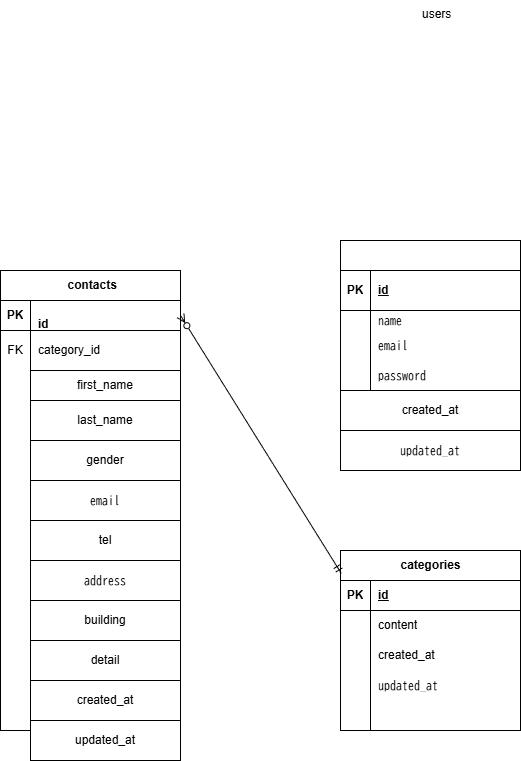
Above: ER.drawio.png in 1204tsutomu/arai-kadai1 (draw.io), before the change. Source tidied: cells renumbered, new cells last; positions are measured from the earlier drawing's top-left corner, leaving out a move shared by most shapes.
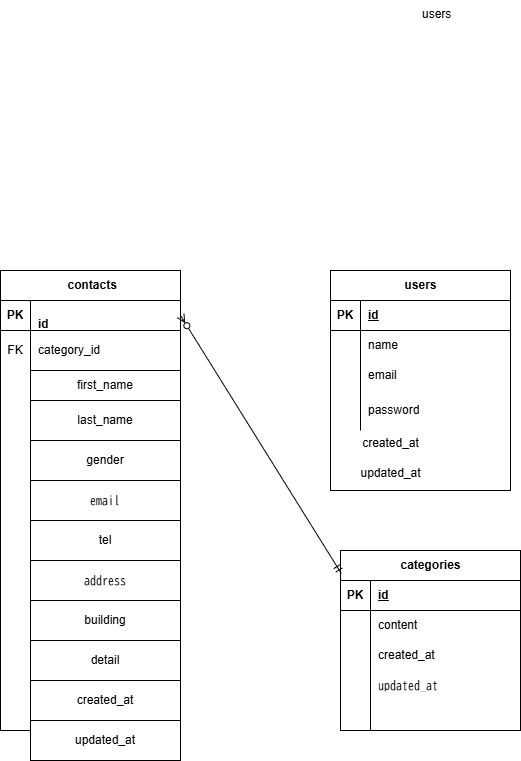
Above is the later version.

Commit message:
fix: ER図のアンダースコア統一とはみ出し修正

Change to the diagram source:
```diff
@@ -2,45 +2,6 @@
   <root>
     <mxCell id="0" />
     <mxCell id="1" parent="0" />
-    <mxCell id="2" style="shape=table;startSize=30;rowLines=0;fontStyle=1;align=center;html=1;" parent="1" vertex="1">
-      <mxGeometry x="340" y="240" width="180" height="150" as="geometry" />
-    </mxCell>
-    <mxCell id="3" style="shape=tableRow;horizontal=0;startSize=0;swimlaneHead=0;swimlaneBody=0;fillColor=none;top=0;left=0;right=0;bottom=1;" parent="2" vertex="1">
-      <mxGeometry y="30" width="180" height="40" as="geometry" />
-    </mxCell>
-    <mxCell id="4" value="PK" style="shape=partialRectangle;fillColor=none;top=0;left=0;bottom=0;right=0;fontStyle=1;overflow=hidden;whiteSpace=wrap;html=1;" parent="3" vertex="1">
-      <mxGeometry width="30" height="40" as="geometry" />
-    </mxCell>
-    <mxCell id="5" value="id" style="shape=partialRectangle;fillColor=none;top=0;left=0;bottom=0;right=0;align=left;spacingLeft=6;fontStyle=5;overflow=hidden;whiteSpace=wrap;html=1;" parent="3" vertex="1">
-      <mxGeometry x="30" width="150" height="40" as="geometry" />
-    </mxCell>
-    <mxCell id="6" style="shape=tableRow;horizontal=0;startSize=0;swimlaneHead=0;swimlaneBody=0;fillColor=none;top=0;left=0;right=0;bottom=0;" parent="2" vertex="1">
-      <mxGeometry y="70" width="180" height="20" as="geometry" />
-    </mxCell>
-    <mxCell id="7" style="shape=partialRectangle;fillColor=none;top=0;left=0;bottom=0;right=0;overflow=hidden;whiteSpace=wrap;html=1;" parent="6" vertex="1">
-      <mxGeometry width="30" height="20" as="geometry" />
-    </mxCell>
-    <mxCell id="8" value="&lt;code&gt;name&lt;/code&gt;" style="shape=partialRectangle;fillColor=none;top=0;left=0;bottom=0;right=0;align=left;spacingLeft=6;overflow=hidden;whiteSpace=wrap;html=1;" parent="6" vertex="1">
-      <mxGeometry x="30" width="150" height="20" as="geometry" />
-    </mxCell>
-    <mxCell id="9" style="shape=tableRow;horizontal=0;startSize=0;swimlaneHead=0;swimlaneBody=0;fillColor=none;top=0;left=0;right=0;bottom=0;" parent="2" vertex="1">
-      <mxGeometry y="90" width="180" height="30" as="geometry" />
-    </mxCell>
-    <mxCell id="10" style="shape=partialRectangle;fillColor=none;top=0;left=0;bottom=0;right=0;overflow=hidden;whiteSpace=wrap;html=1;" parent="9" vertex="1">
-      <mxGeometry width="30" height="30" as="geometry" />
-    </mxCell>
-    <mxCell id="11" value="&lt;code&gt;email&lt;/code&gt;" style="shape=partialRectangle;fillColor=none;top=0;left=0;bottom=0;right=0;align=left;spacingLeft=6;overflow=hidden;whiteSpace=wrap;html=1;" parent="9" vertex="1">
-      <mxGeometry x="30" width="150" height="30" as="geometry" />
-    </mxCell>
-    <mxCell id="12" style="shape=tableRow;horizontal=0;startSize=0;swimlaneHead=0;swimlaneBody=0;fillColor=none;top=0;left=0;right=0;bottom=0;" parent="2" vertex="1">
-      <mxGeometry y="120" width="180" height="30" as="geometry" />
-    </mxCell>
-    <mxCell id="13" style="shape=partialRectangle;fillColor=none;top=0;left=0;bottom=0;right=0;overflow=hidden;whiteSpace=wrap;html=1;" parent="12" vertex="1">
-      <mxGeometry width="30" height="30" as="geometry" />
-    </mxCell>
-    <mxCell id="14" value="&lt;code&gt;password&lt;/code&gt;" style="shape=partialRectangle;fillColor=none;top=0;left=0;bottom=0;right=0;align=left;spacingLeft=6;overflow=hidden;whiteSpace=wrap;html=1;" parent="12" vertex="1">
-      <mxGeometry x="30" width="150" height="30" as="geometry" />
-    </mxCell>
     <mxCell id="15" value="&amp;nbsp;contacts" style="shape=table;startSize=30;rowLines=0;fontStyle=1;align=center;html=1;" parent="1" vertex="1">
       <mxGeometry y="270" width="180" height="460" as="geometry" />
     </mxCell>
@@ -113,12 +74,6 @@
     <mxCell id="38" value="users" style="text;whiteSpace=wrap;html=1;" parent="1" vertex="1">
       <mxGeometry x="420" width="60" height="40" as="geometry" />
     </mxCell>
-    <mxCell id="39" value="created_at" style="whiteSpace=wrap;html=1;align=center;" parent="1" vertex="1">
-      <mxGeometry x="340" y="390" width="180" height="40" as="geometry" />
-    </mxCell>
-    <mxCell id="40" value="&lt;code&gt;updated_at&lt;/code&gt;" style="whiteSpace=wrap;html=1;align=center;" parent="1" vertex="1">
-      <mxGeometry x="340" y="430" width="180" height="40" as="geometry" />
-    </mxCell>
     <mxCell id="41" value="categories" style="shape=table;startSize=30;rowLines=0;fontStyle=1;align=center;html=1;" parent="1" vertex="1">
       <mxGeometry x="340" y="550" width="180" height="180" as="geometry" />
     </mxCell>
@@ -170,5 +125,50 @@
     <mxCell id="57" style="edgeStyle=none;html=1;exitX=0.004;exitY=0.127;exitDx=0;exitDy=0;entryX=1;entryY=0.5;entryDx=0;entryDy=0;startArrow=ERmandOne;startFill=0;endArrow=ERzeroToMany;endFill=0;exitPerimeter=0;" parent="1" edge="1" source="41" target="16">
       <mxGeometry relative="1" as="geometry" />
     </mxCell>
+    <mxCell id="58" value="users" style="shape=table;startSize=30;rowLines=0;fontStyle=1;align=center;html=1;" parent="1" vertex="1">
+      <mxGeometry x="330" y="270" width="180" height="220" as="geometry" />
+    </mxCell>
+    <mxCell id="59" style="shape=tableRow;horizontal=0;startSize=0;swimlaneHead=0;swimlaneBody=0;fillColor=none;top=0;left=0;right=0;bottom=1;" parent="58" vertex="1">
+      <mxGeometry y="30" width="180" height="30" as="geometry" />
+    </mxCell>
+    <mxCell id="4" value="PK" style="shape=partialRectangle;fillColor=none;top=0;left=0;bottom=0;right=0;fontStyle=1;overflow=hidden;whiteSpace=wrap;html=1;" parent="59" vertex="1">
+      <mxGeometry width="30" height="30" as="geometry" />
+    </mxCell>
+    <mxCell id="5" value="id" style="shape=partialRectangle;fillColor=none;top=0;left=0;bottom=0;right=0;align=left;spacingLeft=6;fontStyle=5;overflow=hidden;whiteSpace=wrap;html=1;" parent="59" vertex="1">
+      <mxGeometry x="30" width="150" height="30" as="geometry" />
+    </mxCell>
+    <mxCell id="60" style="shape=tableRow;horizontal=0;startSize=0;swimlaneHead=0;swimlaneBody=0;fillColor=none;top=0;left=0;right=0;bottom=0;" parent="58" vertex="1">
+      <mxGeometry y="60" width="180" height="30" as="geometry" />
+    </mxCell>
+    <mxCell id="61" style="shape=partialRectangle;fillColor=none;top=0;left=0;bottom=0;right=0;overflow=hidden;whiteSpace=wrap;html=1;" parent="60" vertex="1">
+      <mxGeometry width="30" height="30" as="geometry" />
+    </mxCell>
+    <mxCell id="8" value="name" style="shape=partialRectangle;fillColor=none;top=0;left=0;bottom=0;right=0;align=left;spacingLeft=6;overflow=hidden;whiteSpace=wrap;html=1;" parent="60" vertex="1">
+      <mxGeometry x="30" width="150" height="30" as="geometry" />
+    </mxCell>
+    <mxCell id="9" style="shape=tableRow;horizontal=0;startSize=0;swimlaneHead=0;swimlaneBody=0;fillColor=none;top=0;left=0;right=0;bottom=0;" parent="58" vertex="1">
+      <mxGeometry y="90" width="180" height="30" as="geometry" />
+    </mxCell>
+    <mxCell id="62" style="shape=partialRectangle;fillColor=none;top=0;left=0;bottom=0;right=0;overflow=hidden;whiteSpace=wrap;html=1;" parent="9" vertex="1">
+      <mxGeometry width="30" height="30" as="geometry" />
+    </mxCell>
+    <mxCell id="11" value="email" style="shape=partialRectangle;fillColor=none;top=0;left=0;bottom=0;right=0;align=left;spacingLeft=6;overflow=hidden;whiteSpace=wrap;html=1;" parent="9" vertex="1">
+      <mxGeometry x="30" width="150" height="30" as="geometry" />
+    </mxCell>
+    <mxCell id="63" style="shape=tableRow;horizontal=0;startSize=0;swimlaneHead=0;swimlaneBody=0;fillColor=none;top=0;left=0;right=0;bottom=0;" parent="58" vertex="1">
+      <mxGeometry y="120" width="180" height="40" as="geometry" />
+    </mxCell>
+    <mxCell id="64" style="shape=partialRectangle;fillColor=none;top=0;left=0;bottom=0;right=0;overflow=hidden;whiteSpace=wrap;html=1;" parent="63" vertex="1">
+      <mxGeometry width="30" height="40" as="geometry" />
+    </mxCell>
+    <mxCell id="14" value="password" style="shape=partialRectangle;fillColor=none;top=0;left=0;bottom=0;right=0;align=left;spacingLeft=6;overflow=hidden;whiteSpace=wrap;html=1;" parent="63" vertex="1">
+      <mxGeometry x="30" width="150" height="40" as="geometry" />
+    </mxCell>
+    <mxCell id="39" value="created_at" style="text;html=1;align=center;verticalAlign=middle;strokeColor=none;fillColor=none;" parent="1" vertex="1">
+      <mxGeometry x="350" y="428" width="80" height="30" as="geometry" />
+    </mxCell>
+    <mxCell id="40" value="updated_at" style="text;html=1;align=center;verticalAlign=middle;strokeColor=none;fillColor=none;" parent="1" vertex="1">
+      <mxGeometry x="350" y="458" width="80" height="30" as="geometry" />
+    </mxCell>
   </root>
 </mxGraphModel>
```
